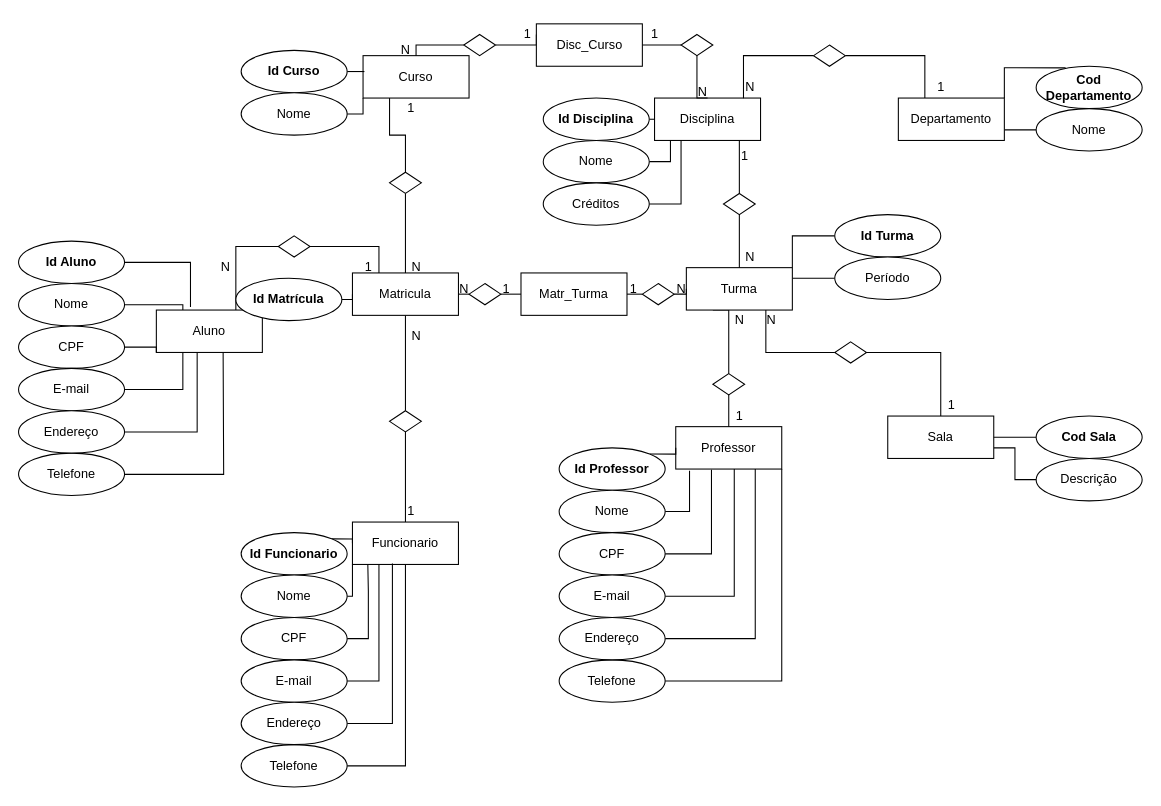
Before: Diagrama faculdade.drawio in Jessicabm61/BancoDeDados, a draw.io diagram. Source tidied: cells renumbered, new cells numbered last; positions are measured from the earlier drawing's top-left corner, leaving out a move shared by most shapes. Both pictures are drawn from the tidied source at 106%, with x=0, y=0 at pixel (18, 18).
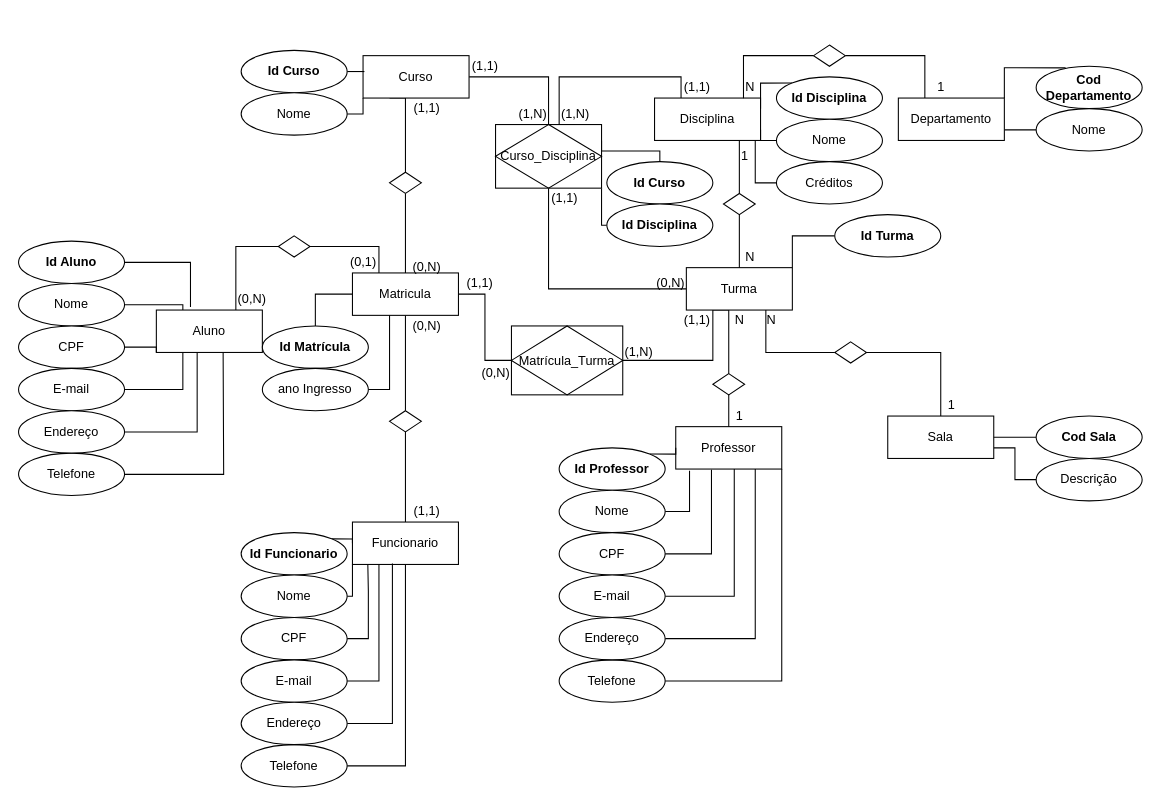
The same diagram, later.

Unchanged cells that the change refers to:
```xml
<mxCell id="6" value="Turma" style="whiteSpace=wrap;html=1;align=center;" parent="1" vertex="1">
  <mxGeometry x="630" y="235" width="100" height="40" as="geometry" />
</mxCell>
<mxCell id="14" value="Matricula" style="whiteSpace=wrap;html=1;align=center;" parent="1" vertex="1">
  <mxGeometry x="315" y="240" width="100" height="40" as="geometry" />
</mxCell>
<mxCell id="16" value="Disciplina" style="whiteSpace=wrap;html=1;align=center;" parent="1" vertex="1">
  <mxGeometry x="600" y="75" width="100" height="40" as="geometry" />
</mxCell>
<mxCell id="34" value="Curso" style="whiteSpace=wrap;html=1;align=center;" parent="1" vertex="1">
  <mxGeometry x="325" y="35" width="100" height="40" as="geometry" />
</mxCell>
<mxCell id="36" style="shape=rhombus;perimeter=rhombusPerimeter;whiteSpace=wrap;html=1;align=center;" parent="1" vertex="1">
  <mxGeometry x="350" y="145" width="30" height="20" as="geometry" />
</mxCell>
```

Change to the diagram source:
```diff
@@
-    <mxCell id="5" style="edgeStyle=orthogonalEdgeStyle;rounded=0;jettySize=auto;html=1;exitX=1;exitY=0.25;exitDx=0;exitDy=0;entryX=0;entryY=0.5;entryDx=0;entryDy=0;endArrow=none;endFill=0;" parent="1" edge="1" source="6" target="104">
-      <mxGeometry relative="1" as="geometry" />
-    </mxCell>
+    <mxCell id="128" style="edgeStyle=orthogonalEdgeStyle;rounded=0;jettySize=auto;html=1;exitX=0;exitY=0.5;exitDx=0;exitDy=0;entryX=0.5;entryY=1;entryDx=0;entryDy=0;endArrow=none;endFill=0;" parent="1" edge="1" source="6" target="140">
+      <mxGeometry relative="1" as="geometry" />
+    </mxCell>
+    <mxCell id="129" style="edgeStyle=orthogonalEdgeStyle;rounded=0;jettySize=auto;html=1;exitX=0.25;exitY=1;exitDx=0;exitDy=0;entryX=1;entryY=0.5;entryDx=0;entryDy=0;endArrow=none;endFill=0;" parent="1" edge="1" source="6" target="149">
+      <mxGeometry relative="1" as="geometry" />
+    </mxCell>
@@
+    <mxCell id="130" style="edgeStyle=orthogonalEdgeStyle;rounded=0;jettySize=auto;html=1;exitX=1;exitY=0.5;exitDx=0;exitDy=0;entryX=0;entryY=0.5;entryDx=0;entryDy=0;endArrow=none;endFill=0;" parent="1" edge="1" source="14" target="149">
+      <mxGeometry relative="1" as="geometry" />
+    </mxCell>
@@
     <mxCell id="33" style="edgeStyle=orthogonalEdgeStyle;rounded=0;jettySize=auto;html=1;exitX=0.25;exitY=1;exitDx=0;exitDy=0;entryX=0.5;entryY=0;entryDx=0;entryDy=0;endArrow=none;endFill=0;" parent="1" edge="1" source="34" target="36">
-      <mxGeometry relative="1" as="geometry" />
+      <mxGeometry relative="1" as="geometry">
+        <Array as="points">
+          <mxPoint x="365" y="75" />
+        </Array>
+      </mxGeometry>
     </mxCell>
+    <mxCell id="131" style="edgeStyle=orthogonalEdgeStyle;rounded=0;jettySize=auto;html=1;exitX=1;exitY=0.5;exitDx=0;exitDy=0;entryX=0.5;entryY=0;entryDx=0;entryDy=0;endArrow=none;endFill=0;" parent="1" edge="1" source="34" target="140">
+      <mxGeometry relative="1" as="geometry" />
+    </mxCell>
@@
-    <mxCell id="37" value="N" style="text;html=1;align=center;verticalAlign=middle;strokeColor=none;fillColor=none;" parent="1" vertex="1">
-      <mxGeometry x="180" y="220" width="30" height="30" as="geometry" />
+    <mxCell id="37" value="(0,N)" style="text;html=1;align=center;verticalAlign=middle;strokeColor=none;fillColor=none;" parent="1" vertex="1">
+      <mxGeometry x="195" y="250" width="50" height="30" as="geometry" />
     </mxCell>
-    <mxCell id="38" value="1" style="text;html=1;align=center;verticalAlign=middle;strokeColor=none;fillColor=none;" parent="1" vertex="1">
-      <mxGeometry x="315" y="220" width="30" height="30" as="geometry" />
+    <mxCell id="38" value="(0,1)" style="text;html=1;align=center;verticalAlign=middle;strokeColor=none;fillColor=none;" parent="1" vertex="1">
+      <mxGeometry x="300" y="215" width="50" height="30" as="geometry" />
     </mxCell>
-    <mxCell id="39" value="N" style="text;html=1;align=center;verticalAlign=middle;strokeColor=none;fillColor=none;" parent="1" vertex="1">
-      <mxGeometry x="360" y="220" width="30" height="30" as="geometry" />
+    <mxCell id="39" value="(0,N)" style="text;html=1;align=center;verticalAlign=middle;strokeColor=none;fillColor=none;" parent="1" vertex="1">
+      <mxGeometry x="360" y="220" width="50" height="30" as="geometry" />
     </mxCell>
-    <mxCell id="40" value="1" style="text;html=1;align=center;verticalAlign=middle;strokeColor=none;fillColor=none;" parent="1" vertex="1">
-      <mxGeometry x="355" y="70" width="30" height="30" as="geometry" />
-    </mxCell>
@@
-    <mxCell id="49" value="1" style="text;html=1;align=center;verticalAlign=middle;strokeColor=none;fillColor=none;" parent="1" vertex="1">
-      <mxGeometry x="355" y="450" width="30" height="30" as="geometry" />
+    <mxCell id="49" value="(1,1)" style="text;html=1;align=center;verticalAlign=middle;strokeColor=none;fillColor=none;" parent="1" vertex="1">
+      <mxGeometry x="360" y="450" width="50" height="30" as="geometry" />
     </mxCell>
-    <mxCell id="50" value="N" style="text;html=1;align=center;verticalAlign=middle;strokeColor=none;fillColor=none;" parent="1" vertex="1">
-      <mxGeometry x="360" y="285" width="30" height="30" as="geometry" />
+    <mxCell id="50" value="(0,N)" style="text;html=1;align=center;verticalAlign=middle;strokeColor=none;fillColor=none;" parent="1" vertex="1">
+      <mxGeometry x="360" y="275" width="50" height="30" as="geometry" />
     </mxCell>
-    <mxCell id="51" value="N" style="text;html=1;align=center;verticalAlign=middle;strokeColor=none;fillColor=none;" parent="1" vertex="1">
-      <mxGeometry x="630" y="55" width="30" height="30" as="geometry" />
-    </mxCell>
-    <mxCell id="52" value="N" style="text;html=1;align=center;verticalAlign=middle;strokeColor=none;fillColor=none;" parent="1" vertex="1">
-      <mxGeometry x="350" y="15" width="30" height="30" as="geometry" />
-    </mxCell>
-    <mxCell id="53" style="edgeStyle=orthogonalEdgeStyle;rounded=0;jettySize=auto;html=1;exitX=0;exitY=0.25;exitDx=0;exitDy=0;entryX=1;entryY=0.5;entryDx=0;entryDy=0;endArrow=none;endFill=0;" parent="1" edge="1" source="54" target="59">
-      <mxGeometry relative="1" as="geometry">
-        <Array as="points">
-          <mxPoint x="495" y="25" />
-          <mxPoint x="450" y="25" />
-        </Array>
-      </mxGeometry>
-    </mxCell>
-    <mxCell id="54" value="Disc_Curso" style="whiteSpace=wrap;html=1;align=center;" parent="1" vertex="1">
-      <mxGeometry x="488.5" y="5" width="100" height="40" as="geometry" />
-    </mxCell>
-    <mxCell id="55" style="edgeStyle=orthogonalEdgeStyle;rounded=0;jettySize=auto;html=1;exitX=0;exitY=0.5;exitDx=0;exitDy=0;entryX=1;entryY=0.5;entryDx=0;entryDy=0;endArrow=none;endFill=0;" parent="1" edge="1" source="57" target="54">
-      <mxGeometry relative="1" as="geometry" />
-    </mxCell>
-    <mxCell id="56" style="edgeStyle=orthogonalEdgeStyle;rounded=0;jettySize=auto;html=1;exitX=0.5;exitY=1;exitDx=0;exitDy=0;entryX=0.5;entryY=0;entryDx=0;entryDy=0;endArrow=none;endFill=0;" parent="1" edge="1" source="57" target="16">
-      <mxGeometry relative="1" as="geometry">
-        <Array as="points">
-          <mxPoint x="640" y="75" />
-        </Array>
-      </mxGeometry>
-    </mxCell>
-    <mxCell id="57" style="shape=rhombus;perimeter=rhombusPerimeter;whiteSpace=wrap;html=1;align=center;" parent="1" vertex="1">
-      <mxGeometry x="625" y="15" width="30" height="20" as="geometry" />
-    </mxCell>
-    <mxCell id="58" style="edgeStyle=orthogonalEdgeStyle;rounded=0;jettySize=auto;html=1;exitX=0;exitY=0.5;exitDx=0;exitDy=0;entryX=0.5;entryY=0;entryDx=0;entryDy=0;endArrow=none;endFill=0;" parent="1" edge="1" source="59" target="34">
-      <mxGeometry relative="1" as="geometry">
-        <Array as="points">
-          <mxPoint x="375" y="25" />
-        </Array>
-      </mxGeometry>
-    </mxCell>
-    <mxCell id="59" style="shape=rhombus;perimeter=rhombusPerimeter;whiteSpace=wrap;html=1;align=center;" parent="1" vertex="1">
-      <mxGeometry x="420" y="15" width="30" height="20" as="geometry" />
-    </mxCell>
-    <mxCell id="60" value="1" style="text;html=1;align=center;verticalAlign=middle;strokeColor=none;fillColor=none;" parent="1" vertex="1">
-      <mxGeometry x="585" width="30" height="30" as="geometry" />
-    </mxCell>
-    <mxCell id="61" value="1" style="text;html=1;align=center;verticalAlign=middle;strokeColor=none;fillColor=none;" parent="1" vertex="1">
-      <mxGeometry x="465" width="30" height="30" as="geometry" />
-    </mxCell>
@@
-    <mxCell id="104" value="Período" style="ellipse;whiteSpace=wrap;html=1;align=center;" parent="1" vertex="1">
-      <mxGeometry x="770" y="225" width="100" height="40" as="geometry" />
-    </mxCell>
-    <mxCell id="105" style="edgeStyle=orthogonalEdgeStyle;rounded=0;jettySize=auto;html=1;exitX=1;exitY=0.5;exitDx=0;exitDy=0;entryX=0;entryY=0.5;entryDx=0;entryDy=0;endArrow=none;endFill=0;" parent="1" edge="1" source="106" target="14">
+    <mxCell id="105" style="edgeStyle=orthogonalEdgeStyle;rounded=0;jettySize=auto;html=1;exitX=0.5;exitY=0;exitDx=0;exitDy=0;entryX=0;entryY=0.5;entryDx=0;entryDy=0;endArrow=none;endFill=0;" parent="1" edge="1" source="106" target="14">
       <mxGeometry relative="1" as="geometry" />
     </mxCell>
     <mxCell id="106" value="&lt;b&gt;Id Matrícula&lt;/b&gt;" style="ellipse;whiteSpace=wrap;html=1;align=center;" parent="1" vertex="1">
-      <mxGeometry x="205" y="245" width="100" height="40" as="geometry" />
+      <mxGeometry x="230" y="290" width="100" height="40" as="geometry" />
     </mxCell>
@@
-    <mxCell id="111" style="edgeStyle=orthogonalEdgeStyle;rounded=0;jettySize=auto;html=1;exitX=1;exitY=0.5;exitDx=0;exitDy=0;entryX=0;entryY=0.5;entryDx=0;entryDy=0;endArrow=none;endFill=0;" parent="1" edge="1" source="112" target="16">
+    <mxCell id="111" style="edgeStyle=orthogonalEdgeStyle;rounded=0;jettySize=auto;html=1;exitX=0;exitY=0;exitDx=0;exitDy=0;entryX=1;entryY=0.25;entryDx=0;entryDy=0;endArrow=none;endFill=0;" parent="1" edge="1" source="112" target="16">
       <mxGeometry relative="1" as="geometry" />
     </mxCell>
     <mxCell id="112" value="&lt;b&gt;Id Disciplina&lt;/b&gt;" style="ellipse;whiteSpace=wrap;html=1;align=center;" parent="1" vertex="1">
-      <mxGeometry x="495" y="75" width="100" height="40" as="geometry" />
+      <mxGeometry x="715" y="55" width="100" height="40" as="geometry" />
     </mxCell>
-    <mxCell id="113" style="edgeStyle=orthogonalEdgeStyle;rounded=0;jettySize=auto;html=1;exitX=1;exitY=0.5;exitDx=0;exitDy=0;endArrow=none;endFill=0;" parent="1" edge="1" source="114">
-      <mxGeometry relative="1" as="geometry">
-        <mxPoint x="615" y="115" as="targetPoint" />
-      </mxGeometry>
-    </mxCell>
+    <mxCell id="132" style="edgeStyle=orthogonalEdgeStyle;rounded=0;jettySize=auto;html=1;exitX=0;exitY=0.5;exitDx=0;exitDy=0;entryX=1;entryY=0.75;entryDx=0;entryDy=0;endArrow=none;endFill=0;" parent="1" edge="1" source="114" target="16">
+      <mxGeometry relative="1" as="geometry" />
+    </mxCell>
     <mxCell id="114" value="Nome" style="ellipse;whiteSpace=wrap;html=1;align=center;" parent="1" vertex="1">
-      <mxGeometry x="495" y="115" width="100" height="40" as="geometry" />
+      <mxGeometry x="715" y="95" width="100" height="40" as="geometry" />
     </mxCell>
-    <mxCell id="115" style="edgeStyle=orthogonalEdgeStyle;rounded=0;jettySize=auto;html=1;exitX=1;exitY=0.5;exitDx=0;exitDy=0;entryX=0.25;entryY=1;entryDx=0;entryDy=0;endArrow=none;endFill=0;" parent="1" edge="1" source="116" target="16">
-      <mxGeometry relative="1" as="geometry" />
-    </mxCell>
+    <mxCell id="133" style="edgeStyle=orthogonalEdgeStyle;rounded=0;jettySize=auto;html=1;exitX=0;exitY=0.5;exitDx=0;exitDy=0;endArrow=none;endFill=0;" parent="1" edge="1" source="116">
+      <mxGeometry relative="1" as="geometry">
+        <mxPoint x="700" y="115" as="targetPoint" />
+      </mxGeometry>
+    </mxCell>
     <mxCell id="116" value="Créditos" style="ellipse;whiteSpace=wrap;html=1;align=center;" parent="1" vertex="1">
-      <mxGeometry x="495" y="155" width="100" height="40" as="geometry" />
+      <mxGeometry x="715" y="135" width="100" height="40" as="geometry" />
     </mxCell>
-    <mxCell id="117" style="edgeStyle=orthogonalEdgeStyle;rounded=0;jettySize=auto;html=1;exitX=0;exitY=0.5;exitDx=0;exitDy=0;entryX=1;entryY=0.5;entryDx=0;entryDy=0;endArrow=none;endFill=0;" parent="1" edge="1" source="119" target="121">
-      <mxGeometry relative="1" as="geometry" />
-    </mxCell>
-    <mxCell id="118" style="edgeStyle=orthogonalEdgeStyle;rounded=0;jettySize=auto;html=1;exitX=1;exitY=0.5;exitDx=0;exitDy=0;entryX=0;entryY=0.5;entryDx=0;entryDy=0;endArrow=none;endFill=0;" parent="1" edge="1" source="119" target="123">
-      <mxGeometry relative="1" as="geometry" />
-    </mxCell>
-    <mxCell id="119" value="Matr_Turma" style="whiteSpace=wrap;html=1;align=center;" parent="1" vertex="1">
-      <mxGeometry x="474" y="240" width="100" height="40" as="geometry" />
-    </mxCell>
-    <mxCell id="120" style="edgeStyle=orthogonalEdgeStyle;rounded=0;jettySize=auto;html=1;exitX=0;exitY=0.5;exitDx=0;exitDy=0;entryX=1;entryY=0.5;entryDx=0;entryDy=0;endArrow=none;endFill=0;" parent="1" edge="1" source="121" target="14">
-      <mxGeometry relative="1" as="geometry" />
-    </mxCell>
-    <mxCell id="121" style="shape=rhombus;perimeter=rhombusPerimeter;whiteSpace=wrap;html=1;align=center;" parent="1" vertex="1">
-      <mxGeometry x="425" y="250" width="30" height="20" as="geometry" />
-    </mxCell>
-    <mxCell id="122" style="edgeStyle=orthogonalEdgeStyle;rounded=0;jettySize=auto;html=1;exitX=1;exitY=0.5;exitDx=0;exitDy=0;entryX=0;entryY=0.5;entryDx=0;entryDy=0;endArrow=none;endFill=0;" parent="1" edge="1" source="123" target="6">
-      <mxGeometry relative="1" as="geometry" />
-    </mxCell>
-    <mxCell id="123" style="shape=rhombus;perimeter=rhombusPerimeter;whiteSpace=wrap;html=1;align=center;" parent="1" vertex="1">
-      <mxGeometry x="588.5" y="250" width="30" height="20" as="geometry" />
-    </mxCell>
-    <mxCell id="124" value="N" style="text;html=1;align=center;verticalAlign=middle;strokeColor=none;fillColor=none;" parent="1" vertex="1">
-      <mxGeometry x="405" y="240" width="30" height="30" as="geometry" />
-    </mxCell>
-    <mxCell id="125" value="1" style="text;html=1;align=center;verticalAlign=middle;strokeColor=none;fillColor=none;" parent="1" vertex="1">
-      <mxGeometry x="445" y="240" width="30" height="30" as="geometry" />
-    </mxCell>
-    <mxCell id="126" value="1" style="text;html=1;align=center;verticalAlign=middle;strokeColor=none;fillColor=none;" parent="1" vertex="1">
-      <mxGeometry x="565" y="240" width="30" height="30" as="geometry" />
-    </mxCell>
-    <mxCell id="127" value="N" style="text;html=1;align=center;verticalAlign=middle;strokeColor=none;fillColor=none;" parent="1" vertex="1">
-      <mxGeometry x="610" y="240" width="30" height="30" as="geometry" />
-    </mxCell>
+    <mxCell id="134" value="(1,1)" style="text;html=1;align=center;verticalAlign=middle;strokeColor=none;fillColor=none;" parent="1" vertex="1">
+      <mxGeometry x="360" y="70" width="50" height="30" as="geometry" />
+    </mxCell>
+    <mxCell id="135" style="edgeStyle=orthogonalEdgeStyle;rounded=0;jettySize=auto;html=1;exitX=1;exitY=0.5;exitDx=0;exitDy=0;entryX=0.35;entryY=1;entryDx=0;entryDy=0;entryPerimeter=0;endArrow=none;endFill=0;" parent="1" edge="1" source="136" target="14">
+      <mxGeometry relative="1" as="geometry" />
+    </mxCell>
+    <mxCell id="136" value="ano Ingresso" style="ellipse;whiteSpace=wrap;html=1;align=center;" parent="1" vertex="1">
+      <mxGeometry x="230" y="330" width="100" height="40" as="geometry" />
+    </mxCell>
+    <mxCell id="137" style="edgeStyle=orthogonalEdgeStyle;rounded=0;jettySize=auto;html=1;exitX=0.75;exitY=0;exitDx=0;exitDy=0;entryX=0.25;entryY=0;entryDx=0;entryDy=0;endArrow=none;endFill=0;" parent="1" edge="1" source="140" target="16">
+      <mxGeometry relative="1" as="geometry">
+        <Array as="points">
+          <mxPoint x="510" y="100" />
+          <mxPoint x="510" y="55" />
+          <mxPoint x="625" y="55" />
+        </Array>
+      </mxGeometry>
+    </mxCell>
+    <mxCell id="138" style="edgeStyle=orthogonalEdgeStyle;rounded=0;jettySize=auto;html=1;exitX=1;exitY=0.25;exitDx=0;exitDy=0;entryX=0.5;entryY=0;entryDx=0;entryDy=0;endArrow=none;endFill=0;" parent="1" edge="1" source="140" target="141">
+      <mxGeometry relative="1" as="geometry">
+        <Array as="points">
+          <mxPoint x="550" y="125" />
+          <mxPoint x="605" y="125" />
+        </Array>
+      </mxGeometry>
+    </mxCell>
+    <mxCell id="139" style="edgeStyle=orthogonalEdgeStyle;rounded=0;jettySize=auto;html=1;exitX=1;exitY=1;exitDx=0;exitDy=0;entryX=0;entryY=0.5;entryDx=0;entryDy=0;endArrow=none;endFill=0;" parent="1" edge="1" source="140" target="142">
+      <mxGeometry relative="1" as="geometry">
+        <Array as="points">
+          <mxPoint x="550" y="195" />
+        </Array>
+      </mxGeometry>
+    </mxCell>
+    <mxCell id="140" value="Curso_Disciplina" style="shape=associativeEntity;whiteSpace=wrap;html=1;align=center;" parent="1" vertex="1">
+      <mxGeometry x="450" y="100" width="100" height="60" as="geometry" />
+    </mxCell>
+    <mxCell id="141" value="&lt;b&gt;Id Curso&lt;/b&gt;" style="ellipse;whiteSpace=wrap;html=1;align=center;" parent="1" vertex="1">
+      <mxGeometry x="555" y="135" width="100" height="40" as="geometry" />
+    </mxCell>
+    <mxCell id="142" value="&lt;b&gt;Id Disciplina&lt;/b&gt;" style="ellipse;whiteSpace=wrap;html=1;align=center;" parent="1" vertex="1">
+      <mxGeometry x="555" y="175" width="100" height="40" as="geometry" />
+    </mxCell>
+    <mxCell id="143" value="(1,N)" style="text;html=1;align=center;verticalAlign=middle;strokeColor=none;fillColor=none;" parent="1" vertex="1">
+      <mxGeometry x="460" y="75" width="50" height="30" as="geometry" />
+    </mxCell>
+    <mxCell id="144" value="(1,1)" style="text;html=1;align=center;verticalAlign=middle;strokeColor=none;fillColor=none;" parent="1" vertex="1">
+      <mxGeometry x="415" y="30" width="50" height="30" as="geometry" />
+    </mxCell>
+    <mxCell id="145" value="(1,N)" style="text;html=1;align=center;verticalAlign=middle;strokeColor=none;fillColor=none;" parent="1" vertex="1">
+      <mxGeometry x="500" y="75" width="50" height="30" as="geometry" />
+    </mxCell>
+    <mxCell id="146" value="(1,1)" style="text;html=1;align=center;verticalAlign=middle;strokeColor=none;fillColor=none;" parent="1" vertex="1">
+      <mxGeometry x="615" y="50" width="50" height="30" as="geometry" />
+    </mxCell>
+    <mxCell id="147" value="(1,1)" style="text;html=1;align=center;verticalAlign=middle;strokeColor=none;fillColor=none;" parent="1" vertex="1">
+      <mxGeometry x="490" y="155" width="50" height="30" as="geometry" />
+    </mxCell>
+    <mxCell id="148" value="(0,N)" style="text;html=1;align=center;verticalAlign=middle;strokeColor=none;fillColor=none;" parent="1" vertex="1">
+      <mxGeometry x="590" y="235" width="50" height="30" as="geometry" />
+    </mxCell>
+    <mxCell id="149" value="Matrícula_Turma" style="shape=associativeEntity;whiteSpace=wrap;html=1;align=center;" parent="1" vertex="1">
+      <mxGeometry x="465" y="290" width="105" height="65" as="geometry" />
+    </mxCell>
+    <mxCell id="150" value="(1,1)" style="text;html=1;align=center;verticalAlign=middle;strokeColor=none;fillColor=none;" parent="1" vertex="1">
+      <mxGeometry x="410" y="235" width="50" height="30" as="geometry" />
+    </mxCell>
+    <mxCell id="151" value="(1,1)" style="text;html=1;align=center;verticalAlign=middle;strokeColor=none;fillColor=none;" parent="1" vertex="1">
+      <mxGeometry x="615" y="270" width="50" height="30" as="geometry" />
+    </mxCell>
+    <mxCell id="152" value="(1,N)" style="text;html=1;align=center;verticalAlign=middle;strokeColor=none;fillColor=none;" parent="1" vertex="1">
+      <mxGeometry x="560" y="300" width="50" height="30" as="geometry" />
+    </mxCell>
+    <mxCell id="153" value="(0,N)" style="text;html=1;align=center;verticalAlign=middle;strokeColor=none;fillColor=none;" parent="1" vertex="1">
+      <mxGeometry x="425" y="320" width="50" height="30" as="geometry" />
+    </mxCell>
```
